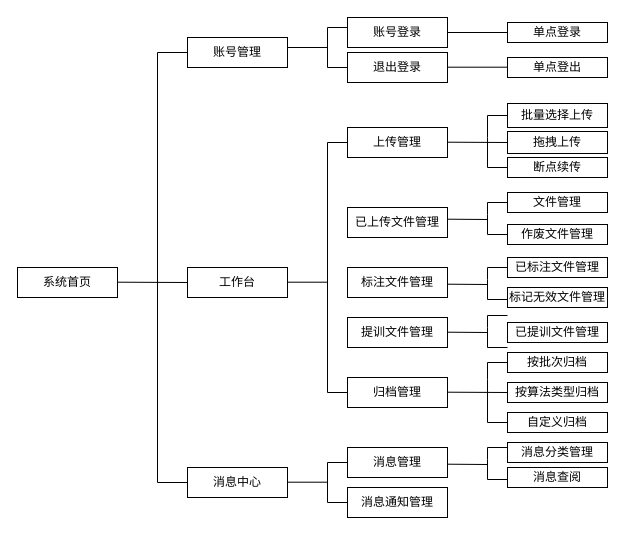
Before: 文件提交系统.drawio in jurentiancheng/drawio-project, a draw.io diagram. Source tidied: cells renumbered, new cells numbered last; positions are measured from the earlier drawing's top-left corner, leaving out a move shared by most shapes. Both pictures are drawn from the tidied source at 100%, with x=0, y=0 at pixel (17, 17).
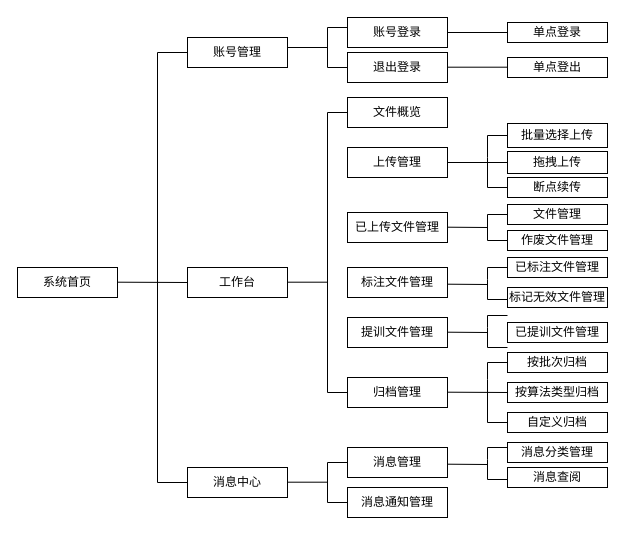
After the change.

Commit message (it also covers changes not shown here):
更新文件提交系统.drawio

The change refers to these unchanged cells:
```xml
<mxCell id="13" value="归档管理" style="rounded=0;whiteSpace=wrap;html=1;" parent="1" vertex="1">
  <mxGeometry x="330" y="360" width="100" height="30" as="geometry" />
</mxCell>
```

The edit, as a diff of the source:
```diff
@@
     <mxCell id="10" value="上传管理" style="rounded=0;whiteSpace=wrap;html=1;" parent="1" vertex="1">
-      <mxGeometry x="330" y="110" width="100" height="30" as="geometry" />
+      <mxGeometry x="330" y="130" width="100" height="30" as="geometry" />
     </mxCell>
     <mxCell id="11" value="已上传文件管理" style="rounded=0;whiteSpace=wrap;html=1;" parent="1" vertex="1">
-      <mxGeometry x="330" y="190" width="100" height="30" as="geometry" />
+      <mxGeometry x="330" y="195" width="100" height="30" as="geometry" />
     </mxCell>
@@
     <mxCell id="17" value="批量选择上传" style="rounded=0;whiteSpace=wrap;html=1;" parent="1" vertex="1">
-      <mxGeometry x="490" y="86" width="100" height="24" as="geometry" />
+      <mxGeometry x="490" y="106" width="100" height="24" as="geometry" />
     </mxCell>
     <mxCell id="18" value="拖拽上传" style="rounded=0;whiteSpace=wrap;html=1;" parent="1" vertex="1">
-      <mxGeometry x="490" y="114" width="100" height="22" as="geometry" />
+      <mxGeometry x="490" y="134" width="100" height="22" as="geometry" />
     </mxCell>
     <mxCell id="19" value="断点续传" style="rounded=0;whiteSpace=wrap;html=1;" parent="1" vertex="1">
-      <mxGeometry x="490" y="140" width="100" height="20" as="geometry" />
+      <mxGeometry x="490" y="160" width="100" height="20" as="geometry" />
     </mxCell>
     <mxCell id="20" value="文件管理" style="rounded=0;whiteSpace=wrap;html=1;" parent="1" vertex="1">
-      <mxGeometry x="490" y="175" width="100" height="20" as="geometry" />
+      <mxGeometry x="490" y="187" width="100" height="20" as="geometry" />
     </mxCell>
     <mxCell id="21" value="作废文件管理" style="rounded=0;whiteSpace=wrap;html=1;" parent="1" vertex="1">
-      <mxGeometry x="490" y="207" width="100" height="20" as="geometry" />
+      <mxGeometry x="490" y="213" width="100" height="20" as="geometry" />
     </mxCell>
@@
-    <mxCell id="32" style="endArrow=none;html=1;rounded=0;exitX=0;exitY=0.5;exitDx=0;exitDy=0;entryX=0;entryY=0.5;entryDx=0;entryDy=0;" parent="1" edge="1" source="13" target="10">
+    <mxCell id="32" style="endArrow=none;html=1;rounded=0;exitX=0;exitY=0.5;exitDx=0;exitDy=0;entryX=0;entryY=0.5;entryDx=0;entryDy=0;" parent="1" edge="1" source="13" target="52">
       <mxGeometry relative="1" as="geometry">
         <Array as="points">
           <mxPoint x="310" y="375" />
-          <mxPoint x="310" y="125" />
+          <mxPoint x="310" y="95" />
         </Array>
       </mxGeometry>
     </mxCell>
@@
     <mxCell id="40" style="endArrow=none;html=1;rounded=0;entryX=0;entryY=0.5;entryDx=0;entryDy=0;exitX=0;exitY=0.5;exitDx=0;exitDy=0;" parent="1" edge="1" source="19" target="17">
       <mxGeometry relative="1" as="geometry">
         <Array as="points">
-          <mxPoint x="470" y="150" />
-          <mxPoint x="470" y="120" />
-          <mxPoint x="470" y="98" />
+          <mxPoint x="470" y="170" />
+          <mxPoint x="470" y="140" />
+          <mxPoint x="470" y="118" />
         </Array>
       </mxGeometry>
     </mxCell>
-    <mxCell id="41" style="endArrow=none;html=1;rounded=0;exitX=1;exitY=0.5;exitDx=0;exitDy=0;entryX=0;entryY=0.5;entryDx=0;entryDy=0;" parent="1" edge="1" target="18">
-      <mxGeometry relative="1" as="geometry">
-        <mxPoint x="430" y="124.7" as="sourcePoint" />
-      </mxGeometry>
+    <mxCell id="41" style="endArrow=none;html=1;rounded=0;exitX=1;exitY=0.5;exitDx=0;exitDy=0;entryX=0;entryY=0.5;entryDx=0;entryDy=0;" parent="1" edge="1" source="10" target="18">
+      <mxGeometry relative="1" as="geometry" />
     </mxCell>
     <mxCell id="42" style="endArrow=none;html=1;rounded=0;entryX=0;entryY=0.5;entryDx=0;entryDy=0;exitX=0;exitY=0.5;exitDx=0;exitDy=0;" parent="1" edge="1" source="21" target="20">
       <mxGeometry relative="1" as="geometry">
         <Array as="points">
-          <mxPoint x="470" y="217" />
+          <mxPoint x="470" y="223" />
           <mxPoint x="470" y="197" />
-          <mxPoint x="470" y="185" />
         </Array>
       </mxGeometry>
     </mxCell>
     <mxCell id="43" style="endArrow=none;html=1;rounded=0;exitX=1;exitY=0.5;exitDx=0;exitDy=0;" parent="1" edge="1">
       <mxGeometry relative="1" as="geometry">
-        <mxPoint x="430" y="201.7" as="sourcePoint" />
-        <mxPoint x="470" y="202" as="targetPoint" />
+        <mxPoint x="430" y="209.7" as="sourcePoint" />
+        <mxPoint x="470" y="210" as="targetPoint" />
       </mxGeometry>
     </mxCell>
@@
+    <mxCell id="52" value="文件概览" style="rounded=0;whiteSpace=wrap;html=1;" parent="1" vertex="1">
+      <mxGeometry x="330" y="80" width="100" height="30" as="geometry" />
+    </mxCell>
```
